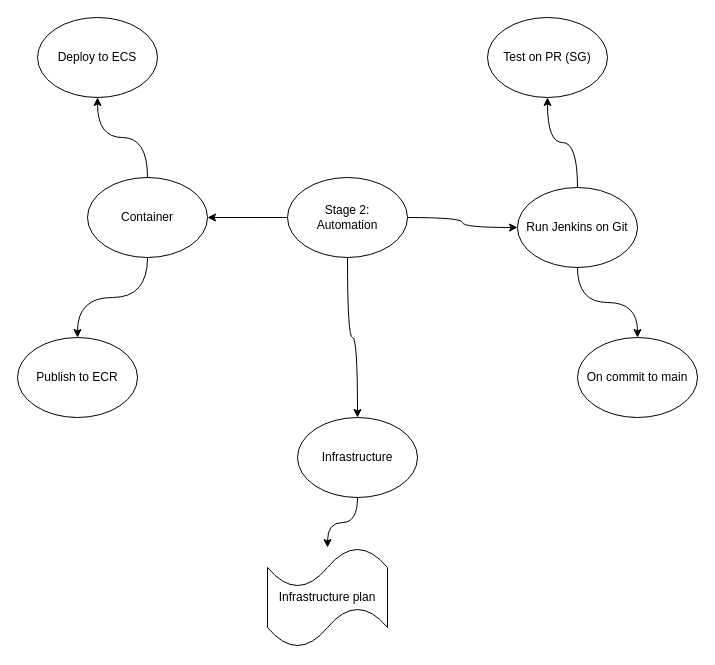
The draw.io diagram Stage2.drawio in byteford/Infrastructure-WorkStream, before the edit. Source tidied: cells renumbered, new cells numbered last; positions are measured from the earlier drawing's top-left corner, leaving out a move shared by most shapes. Both pictures are drawn from the tidied source at 100%, with x=0, y=0 at pixel (17, 17).
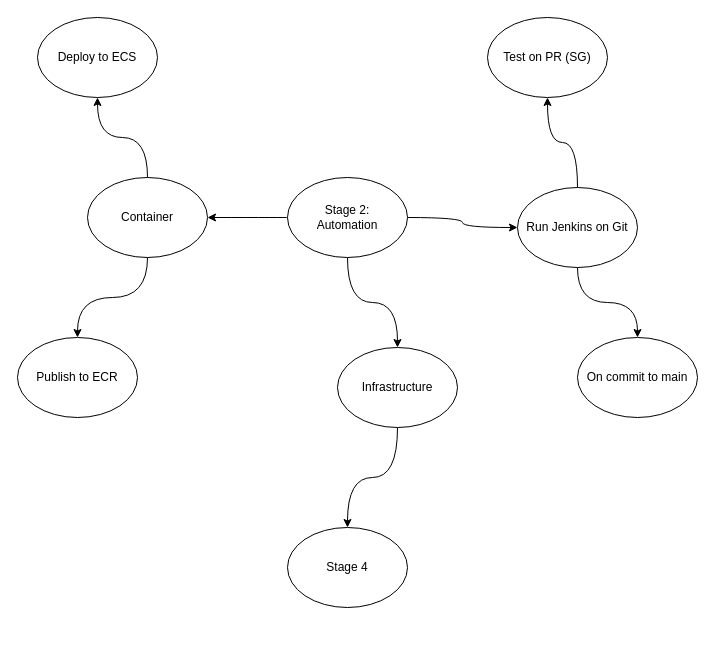
The same diagram, later.

Change to the diagram source:
```diff
@@
 <mxGraphModel>
   <root>
     <mxCell id="0" />
     <mxCell id="1" parent="0" />
     <mxCell id="2" style="edgeStyle=orthogonalEdgeStyle;jettySize=auto;html=1;curved=1;" parent="1" edge="1" source="5" target="8">
       <mxGeometry relative="1" as="geometry" />
     </mxCell>
     <mxCell id="3" style="edgeStyle=orthogonalEdgeStyle;curved=1;jettySize=auto;html=1;" parent="1" edge="1" source="5" target="13">
       <mxGeometry relative="1" as="geometry" />
     </mxCell>
     <mxCell id="4" style="edgeStyle=orthogonalEdgeStyle;curved=1;jettySize=auto;html=1;" parent="1" edge="1" source="5" target="16">
       <mxGeometry relative="1" as="geometry" />
     </mxCell>
     <mxCell id="5" value="Stage 2:&lt;br&gt;Automation" style="ellipse;whiteSpace=wrap;html=1;" parent="1" vertex="1">
       <mxGeometry x="270" y="160" width="120" height="80" as="geometry" />
     </mxCell>
     <mxCell id="6" style="edgeStyle=orthogonalEdgeStyle;jettySize=auto;html=1;curved=1;" parent="1" edge="1" source="8" target="9">
       <mxGeometry relative="1" as="geometry" />
     </mxCell>
     <mxCell id="7" style="edgeStyle=orthogonalEdgeStyle;jettySize=auto;html=1;curved=1;" parent="1" edge="1" source="8" target="10">
       <mxGeometry relative="1" as="geometry" />
     </mxCell>
     <mxCell id="8" value="Run Jenkins on Git" style="ellipse;whiteSpace=wrap;html=1;" parent="1" vertex="1">
       <mxGeometry x="500" y="170" width="120" height="80" as="geometry" />
     </mxCell>
     <mxCell id="9" value="On commit to main" style="ellipse;whiteSpace=wrap;html=1;" parent="1" vertex="1">
       <mxGeometry x="560" y="320" width="120" height="80" as="geometry" />
     </mxCell>
     <mxCell id="10" value="Test on PR (SG)" style="ellipse;whiteSpace=wrap;html=1;" parent="1" vertex="1">
       <mxGeometry x="470" width="120" height="80" as="geometry" />
     </mxCell>
     <mxCell id="11" style="edgeStyle=orthogonalEdgeStyle;curved=1;jettySize=auto;html=1;" parent="1" edge="1" source="13" target="14">
       <mxGeometry relative="1" as="geometry" />
     </mxCell>
     <mxCell id="12" style="edgeStyle=orthogonalEdgeStyle;curved=1;jettySize=auto;html=1;" parent="1" edge="1" source="13" target="17">
       <mxGeometry relative="1" as="geometry" />
     </mxCell>
     <mxCell id="13" value="Container" style="ellipse;whiteSpace=wrap;html=1;" parent="1" vertex="1">
       <mxGeometry x="70" y="160" width="120" height="80" as="geometry" />
     </mxCell>
     <mxCell id="14" value="Publish to ECR" style="ellipse;whiteSpace=wrap;html=1;" parent="1" vertex="1">
       <mxGeometry y="320" width="120" height="80" as="geometry" />
     </mxCell>
-    <mxCell id="15" style="edgeStyle=orthogonalEdgeStyle;curved=1;jettySize=auto;html=1;" parent="1" edge="1" source="16" target="18">
-      <mxGeometry relative="1" as="geometry" />
-    </mxCell>
+    <mxCell id="19" style="edgeStyle=orthogonalEdgeStyle;curved=1;jettySize=auto;html=1;" parent="1" edge="1" source="16" target="20">
+      <mxGeometry relative="1" as="geometry" />
+    </mxCell>
     <mxCell id="16" value="Infrastructure" style="ellipse;whiteSpace=wrap;html=1;" parent="1" vertex="1">
-      <mxGeometry x="280" y="400" width="120" height="80" as="geometry" />
+      <mxGeometry x="320" y="330" width="120" height="80" as="geometry" />
     </mxCell>
     <mxCell id="17" value="Deploy to ECS" style="ellipse;whiteSpace=wrap;html=1;" parent="1" vertex="1">
       <mxGeometry x="20" width="120" height="80" as="geometry" />
     </mxCell>
-    <mxCell id="18" value="Infrastructure plan" style="shape=tape;whiteSpace=wrap;html=1;" parent="1" vertex="1">
-      <mxGeometry x="250" y="530" width="120" height="100" as="geometry" />
-    </mxCell>
+    <mxCell id="20" value="Stage 4" style="ellipse;whiteSpace=wrap;html=1;" parent="1" vertex="1">
+      <mxGeometry x="270" y="510" width="120" height="80" as="geometry" />
+    </mxCell>
   </root>
 </mxGraphModel>
```
